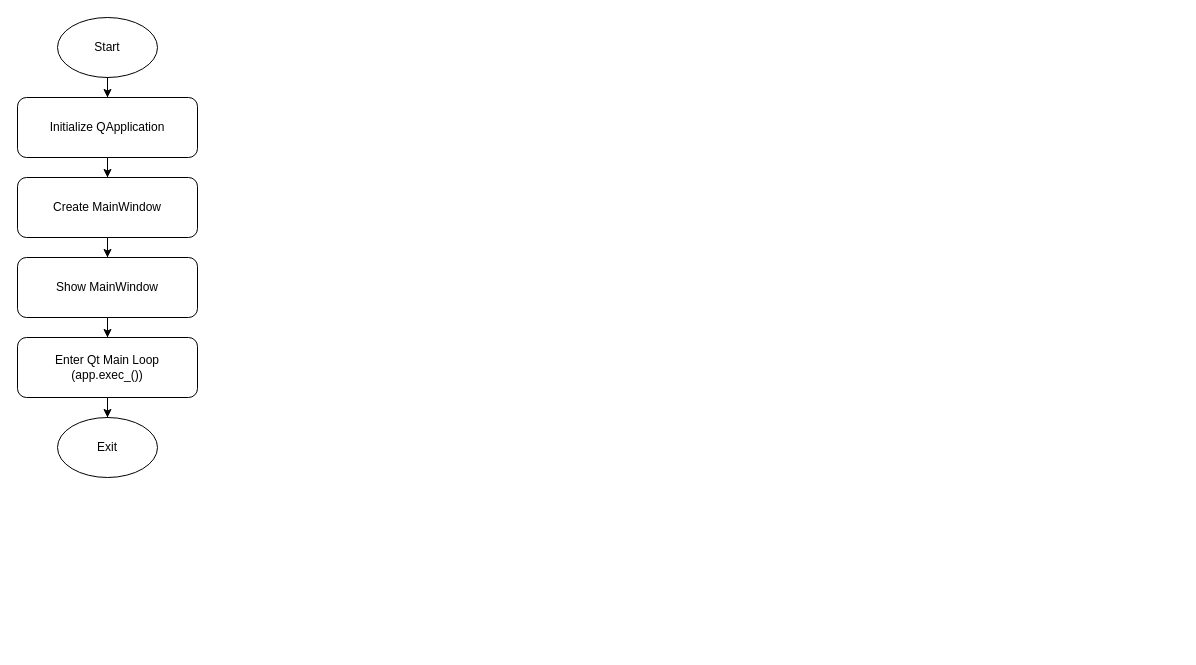
Above: rionid.drawio in ruijiuchen/rionid (draw.io), before the change. Source tidied: cells renumbered, new cells numbered last; positions are measured from the earlier drawing's top-left corner, leaving out a move shared by most shapes. Both pictures are drawn from the tidied source at 100%, with x=0, y=0 at pixel (17, 17).
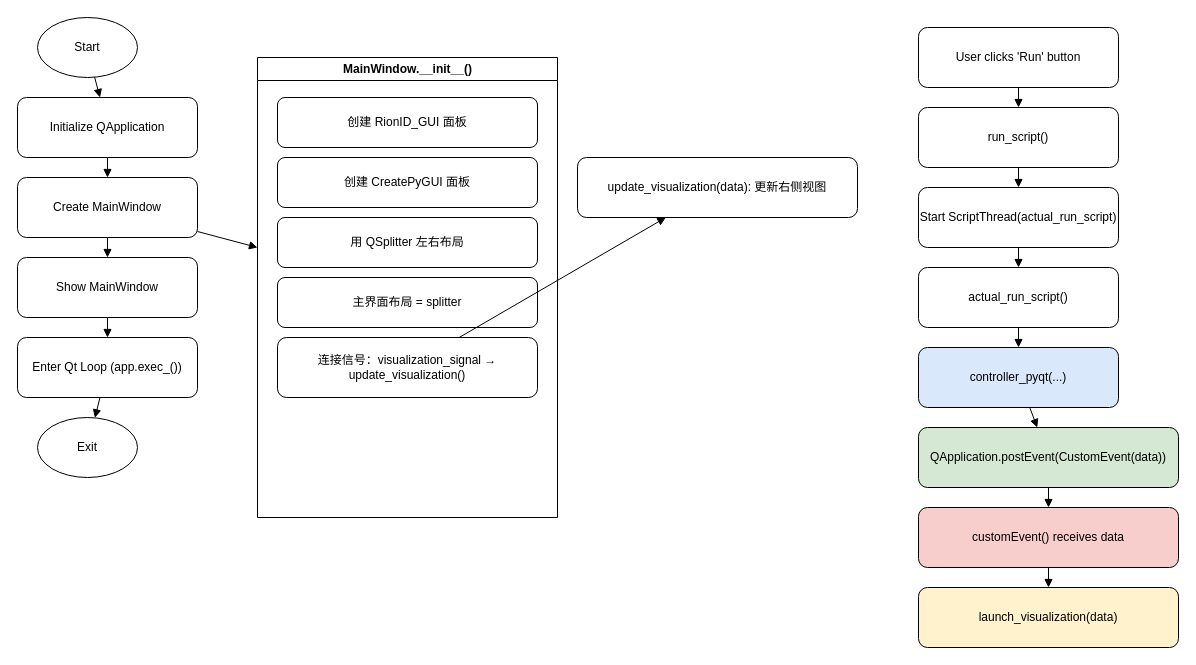
The same diagram, later.

Unchanged cells that the change refers to:
```xml
<mxCell id="3" value="Initialize QApplication" style="rounded=1;whiteSpace=wrap;html=1;" parent="1" vertex="1">
  <mxGeometry y="80" width="180" height="60" as="geometry" />
</mxCell>
<mxCell id="4" value="Create MainWindow" style="rounded=1;whiteSpace=wrap;html=1;" parent="1" vertex="1">
  <mxGeometry y="160" width="180" height="60" as="geometry" />
</mxCell>
<mxCell id="5" value="Show MainWindow" style="rounded=1;whiteSpace=wrap;html=1;" parent="1" vertex="1">
  <mxGeometry y="240" width="180" height="60" as="geometry" />
</mxCell>
```

The edit, as a diff of the source:
```diff
@@
     <mxCell id="2" value="Start" style="ellipse;whiteSpace=wrap;html=1;" parent="1" vertex="1">
-      <mxGeometry x="40" width="100" height="60" as="geometry" />
+      <mxGeometry x="20" width="100" height="60" as="geometry" />
     </mxCell>
@@
-    <mxCell id="6" value="Enter Qt Main Loop (app.exec_())" style="rounded=1;whiteSpace=wrap;html=1;" parent="1" vertex="1">
-      <mxGeometry y="320" width="180" height="60" as="geometry" />
-    </mxCell>
+    <mxCell id="13" value="Enter Qt Loop (app.exec_())" style="rounded=1;whiteSpace=wrap;html=1;" parent="1" vertex="1">
+      <mxGeometry y="320" width="180" height="60" as="geometry" />
+    </mxCell>
     <mxCell id="7" value="Exit" style="ellipse;whiteSpace=wrap;html=1;" parent="1" vertex="1">
-      <mxGeometry x="40" y="400" width="100" height="60" as="geometry" />
+      <mxGeometry x="20" y="400" width="100" height="60" as="geometry" />
     </mxCell>
+    <mxCell id="14" value="MainWindow.__init__()" style="swimlane;html=1;" parent="1" vertex="1">
+      <mxGeometry x="240" y="40" width="300" height="460" as="geometry" />
+    </mxCell>
+    <mxCell id="15" value="创建 RionID_GUI 面板" style="rounded=1;whiteSpace=wrap;html=1;" parent="14" vertex="1">
+      <mxGeometry x="20" y="40" width="260" height="50" as="geometry" />
+    </mxCell>
+    <mxCell id="16" value="创建 CreatePyGUI 面板" style="rounded=1;whiteSpace=wrap;html=1;" parent="14" vertex="1">
+      <mxGeometry x="20" y="100" width="260" height="50" as="geometry" />
+    </mxCell>
+    <mxCell id="17" value="用 QSplitter 左右布局" style="rounded=1;whiteSpace=wrap;html=1;" parent="14" vertex="1">
+      <mxGeometry x="20" y="160" width="260" height="50" as="geometry" />
+    </mxCell>
+    <mxCell id="18" value="主界面布局 = splitter" style="rounded=1;whiteSpace=wrap;html=1;" parent="14" vertex="1">
+      <mxGeometry x="20" y="220" width="260" height="50" as="geometry" />
+    </mxCell>
+    <mxCell id="19" value="连接信号：visualization_signal → update_visualization()" style="rounded=1;whiteSpace=wrap;html=1;" parent="14" vertex="1">
+      <mxGeometry x="20" y="280" width="260" height="60" as="geometry" />
+    </mxCell>
+    <mxCell id="20" value="update_visualization(data): 更新右侧视图" style="rounded=1;whiteSpace=wrap;html=1;" parent="1" vertex="1">
+      <mxGeometry x="560" y="140" width="280" height="60" as="geometry" />
+    </mxCell>
-    <mxCell id="8" style="edgeStyle=orthogonalEdgeStyle;rounded=0;jettySize=auto;html=1;exitX=0.5;exitY=1;exitDx=0;exitDy=0;" parent="1" edge="1" source="2" target="3">
+    <mxCell id="8" style="endArrow=block;" parent="1" edge="1" source="2" target="3">
       <mxGeometry relative="1" as="geometry" />
     </mxCell>
-    <mxCell id="9" style="edgeStyle=orthogonalEdgeStyle;rounded=0;jettySize=auto;html=1;" parent="1" edge="1" source="3" target="4">
+    <mxCell id="9" style="endArrow=block;" parent="1" edge="1" source="3" target="4">
       <mxGeometry relative="1" as="geometry" />
     </mxCell>
-    <mxCell id="10" style="edgeStyle=orthogonalEdgeStyle;rounded=0;jettySize=auto;html=1;" parent="1" edge="1" source="4" target="5">
+    <mxCell id="10" style="endArrow=block;" parent="1" edge="1" source="4" target="5">
       <mxGeometry relative="1" as="geometry" />
     </mxCell>
-    <mxCell id="11" style="edgeStyle=orthogonalEdgeStyle;rounded=0;jettySize=auto;html=1;" parent="1" edge="1" source="5" target="6">
-      <mxGeometry relative="1" as="geometry" />
-    </mxCell>
-    <mxCell id="12" style="edgeStyle=orthogonalEdgeStyle;rounded=0;jettySize=auto;html=1;" parent="1" edge="1" source="6" target="7">
-      <mxGeometry relative="1" as="geometry" />
-    </mxCell>
+    <mxCell id="21" style="endArrow=block;" parent="1" edge="1" source="5" target="13">
+      <mxGeometry relative="1" as="geometry" />
+    </mxCell>
+    <mxCell id="22" style="endArrow=block;" parent="1" edge="1" source="13" target="7">
+      <mxGeometry relative="1" as="geometry" />
+    </mxCell>
+    <mxCell id="23" style="endArrow=block;" parent="1" edge="1" source="4" target="14">
+      <mxGeometry relative="1" as="geometry" />
+    </mxCell>
+    <mxCell id="24" style="endArrow=block;" parent="1" edge="1" source="19" target="20">
+      <mxGeometry relative="1" as="geometry" />
+    </mxCell>
+    <mxCell id="25" value="User clicks 'Run' button" style="rounded=1;whiteSpace=wrap;html=1;" parent="1" vertex="1">
+      <mxGeometry x="901" y="10" width="200" height="60" as="geometry" />
+    </mxCell>
+    <mxCell id="26" value="run_script()" style="rounded=1;whiteSpace=wrap;html=1;" parent="1" vertex="1">
+      <mxGeometry x="901" y="90" width="200" height="60" as="geometry" />
+    </mxCell>
+    <mxCell id="27" value="Start ScriptThread(actual_run_script)" style="rounded=1;whiteSpace=wrap;html=1;" parent="1" vertex="1">
+      <mxGeometry x="901" y="170" width="200" height="60" as="geometry" />
+    </mxCell>
+    <mxCell id="28" value="actual_run_script()" style="rounded=1;whiteSpace=wrap;html=1;" parent="1" vertex="1">
+      <mxGeometry x="901" y="250" width="200" height="60" as="geometry" />
+    </mxCell>
+    <mxCell id="29" value="controller_pyqt(...)" style="rounded=1;whiteSpace=wrap;html=1;fillColor=#dae8fc;" parent="1" vertex="1">
+      <mxGeometry x="901" y="330" width="200" height="60" as="geometry" />
+    </mxCell>
+    <mxCell id="30" value="QApplication.postEvent(CustomEvent(data))" style="rounded=1;whiteSpace=wrap;html=1;fillColor=#d5e8d4;" parent="1" vertex="1">
+      <mxGeometry x="901" y="410" width="260" height="60" as="geometry" />
+    </mxCell>
+    <mxCell id="31" value="customEvent() receives data" style="rounded=1;whiteSpace=wrap;html=1;fillColor=#f8cecc;" parent="1" vertex="1">
+      <mxGeometry x="901" y="490" width="260" height="60" as="geometry" />
+    </mxCell>
+    <mxCell id="32" value="launch_visualization(data)" style="rounded=1;whiteSpace=wrap;html=1;fillColor=#fff2cc;" parent="1" vertex="1">
+      <mxGeometry x="901" y="570" width="260" height="60" as="geometry" />
+    </mxCell>
+    <mxCell id="33" style="endArrow=block;" parent="1" edge="1" source="25" target="26">
+      <mxGeometry relative="1" as="geometry" />
+    </mxCell>
+    <mxCell id="34" style="endArrow=block;" parent="1" edge="1" source="26" target="27">
+      <mxGeometry relative="1" as="geometry" />
+    </mxCell>
+    <mxCell id="35" style="endArrow=block;" parent="1" edge="1" source="27" target="28">
+      <mxGeometry relative="1" as="geometry" />
+    </mxCell>
+    <mxCell id="36" style="endArrow=block;" parent="1" edge="1" source="28" target="29">
+      <mxGeometry relative="1" as="geometry" />
+    </mxCell>
+    <mxCell id="37" style="endArrow=block;" parent="1" edge="1" source="29" target="30">
+      <mxGeometry relative="1" as="geometry" />
+    </mxCell>
+    <mxCell id="38" style="endArrow=block;" parent="1" edge="1" source="30" target="31">
+      <mxGeometry relative="1" as="geometry" />
+    </mxCell>
+    <mxCell id="39" style="endArrow=block;" parent="1" edge="1" source="31" target="32">
+      <mxGeometry relative="1" as="geometry" />
+    </mxCell>
```
